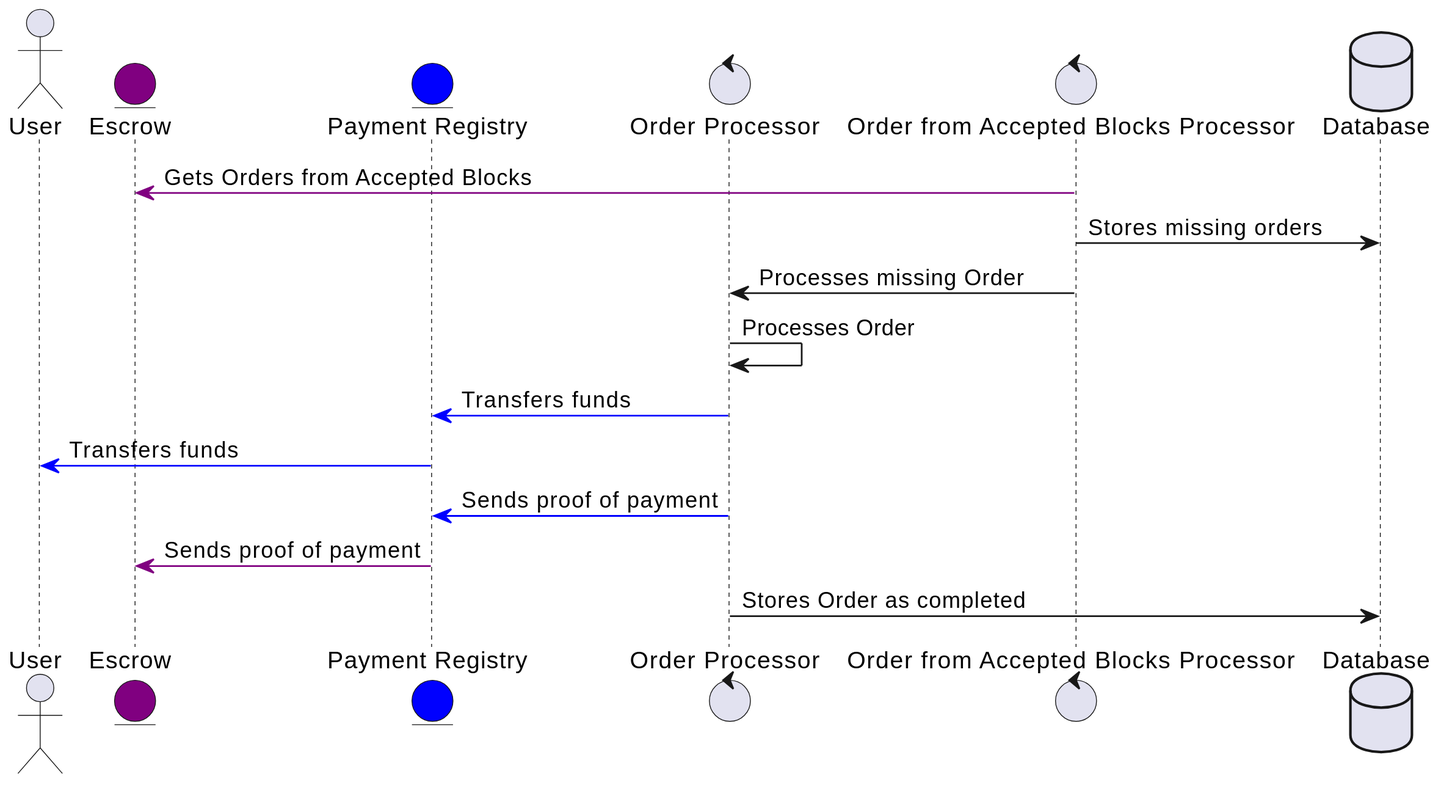
Before: mm-bot/docs/images/accepted_blocks.svg, a diagram exported from PlantUML (yetanotherco/yet-another-bridge).
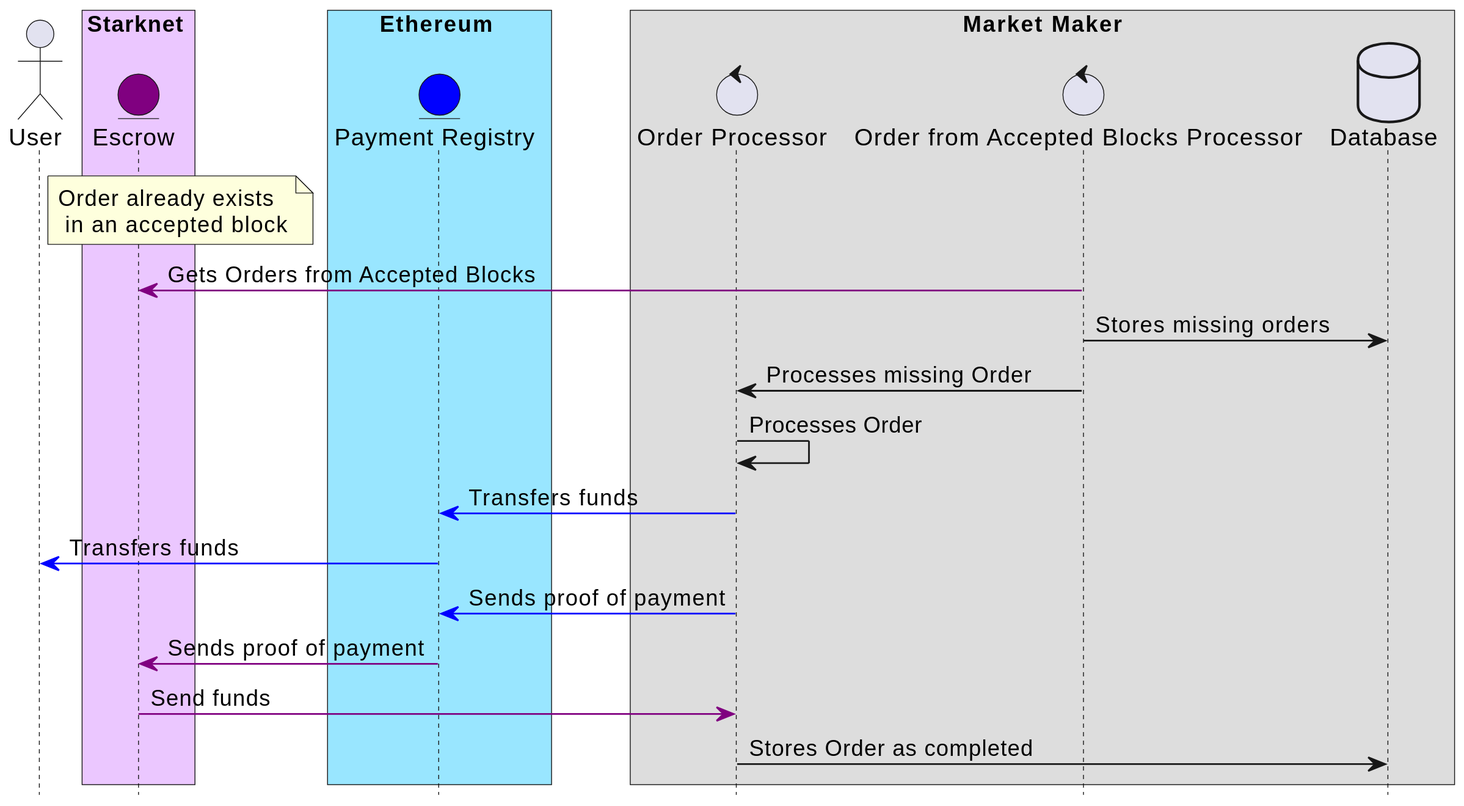
The same diagram one commit later.

The edit, as a diff of the source:
```diff
@@ -1,11 +1,22 @@
 @startuml
+hide footbox
 actor User as U
+box Starknet #ebc7ff
 entity Escrow as E #purple
+end box
+box Ethereum #99e6ff
 entity "Payment Registry" as PR #blue
+end box
+box "Market Maker"
 control "Order Processor" as OP
 control "Order from Accepted Blocks Processor" as ABP
 database Database
+end box
 
+note right of U
+    Order already exists
+     in an accepted block
+end note
 ABP -[#purple]> E : Gets Orders from Accepted Blocks
 ABP -> Database : Stores missing orders
 ABP -> OP : Processes missing Order
@@ -14,5 +25,6 @@
 PR -[#blue]> U: Transfers funds
 OP -[#blue]> PR : Sends proof of payment
 PR -[#purple]> E : Sends proof of payment
+E -[#purple]> OP : Send funds
 OP -> Database : Stores Order as completed
 @enduml
```
